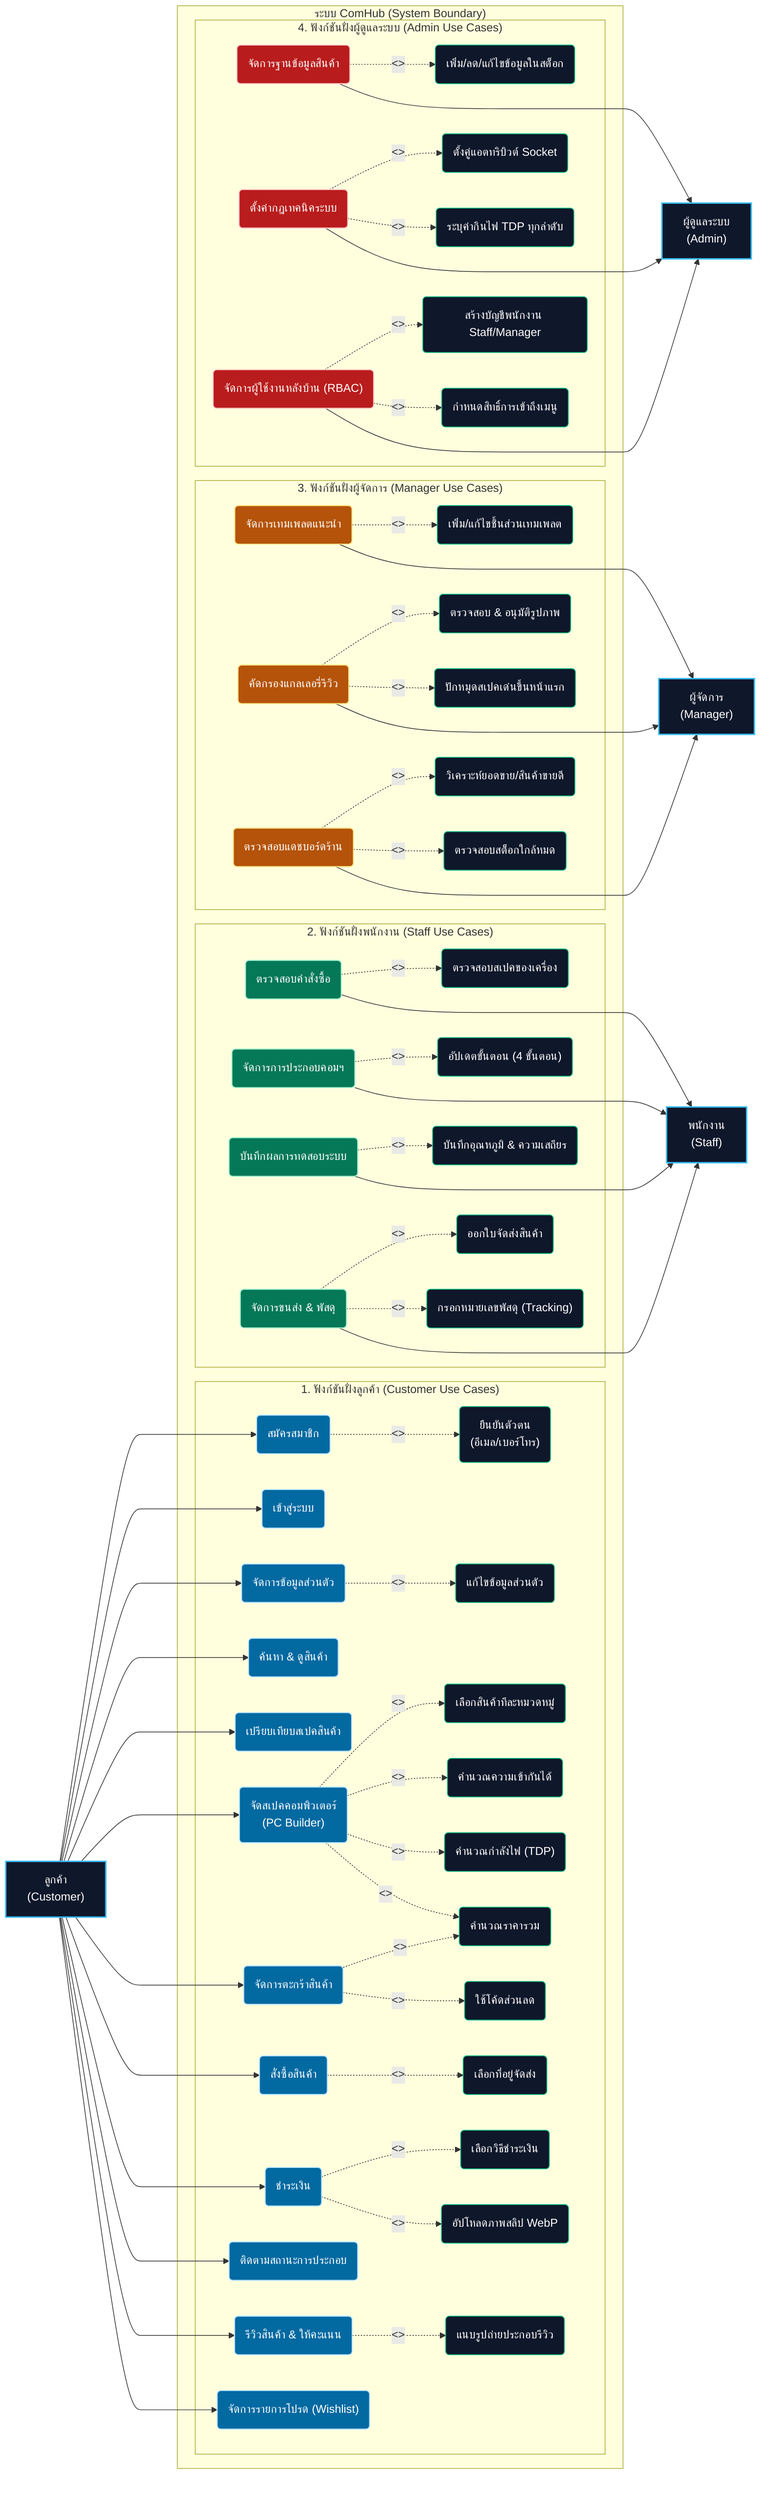
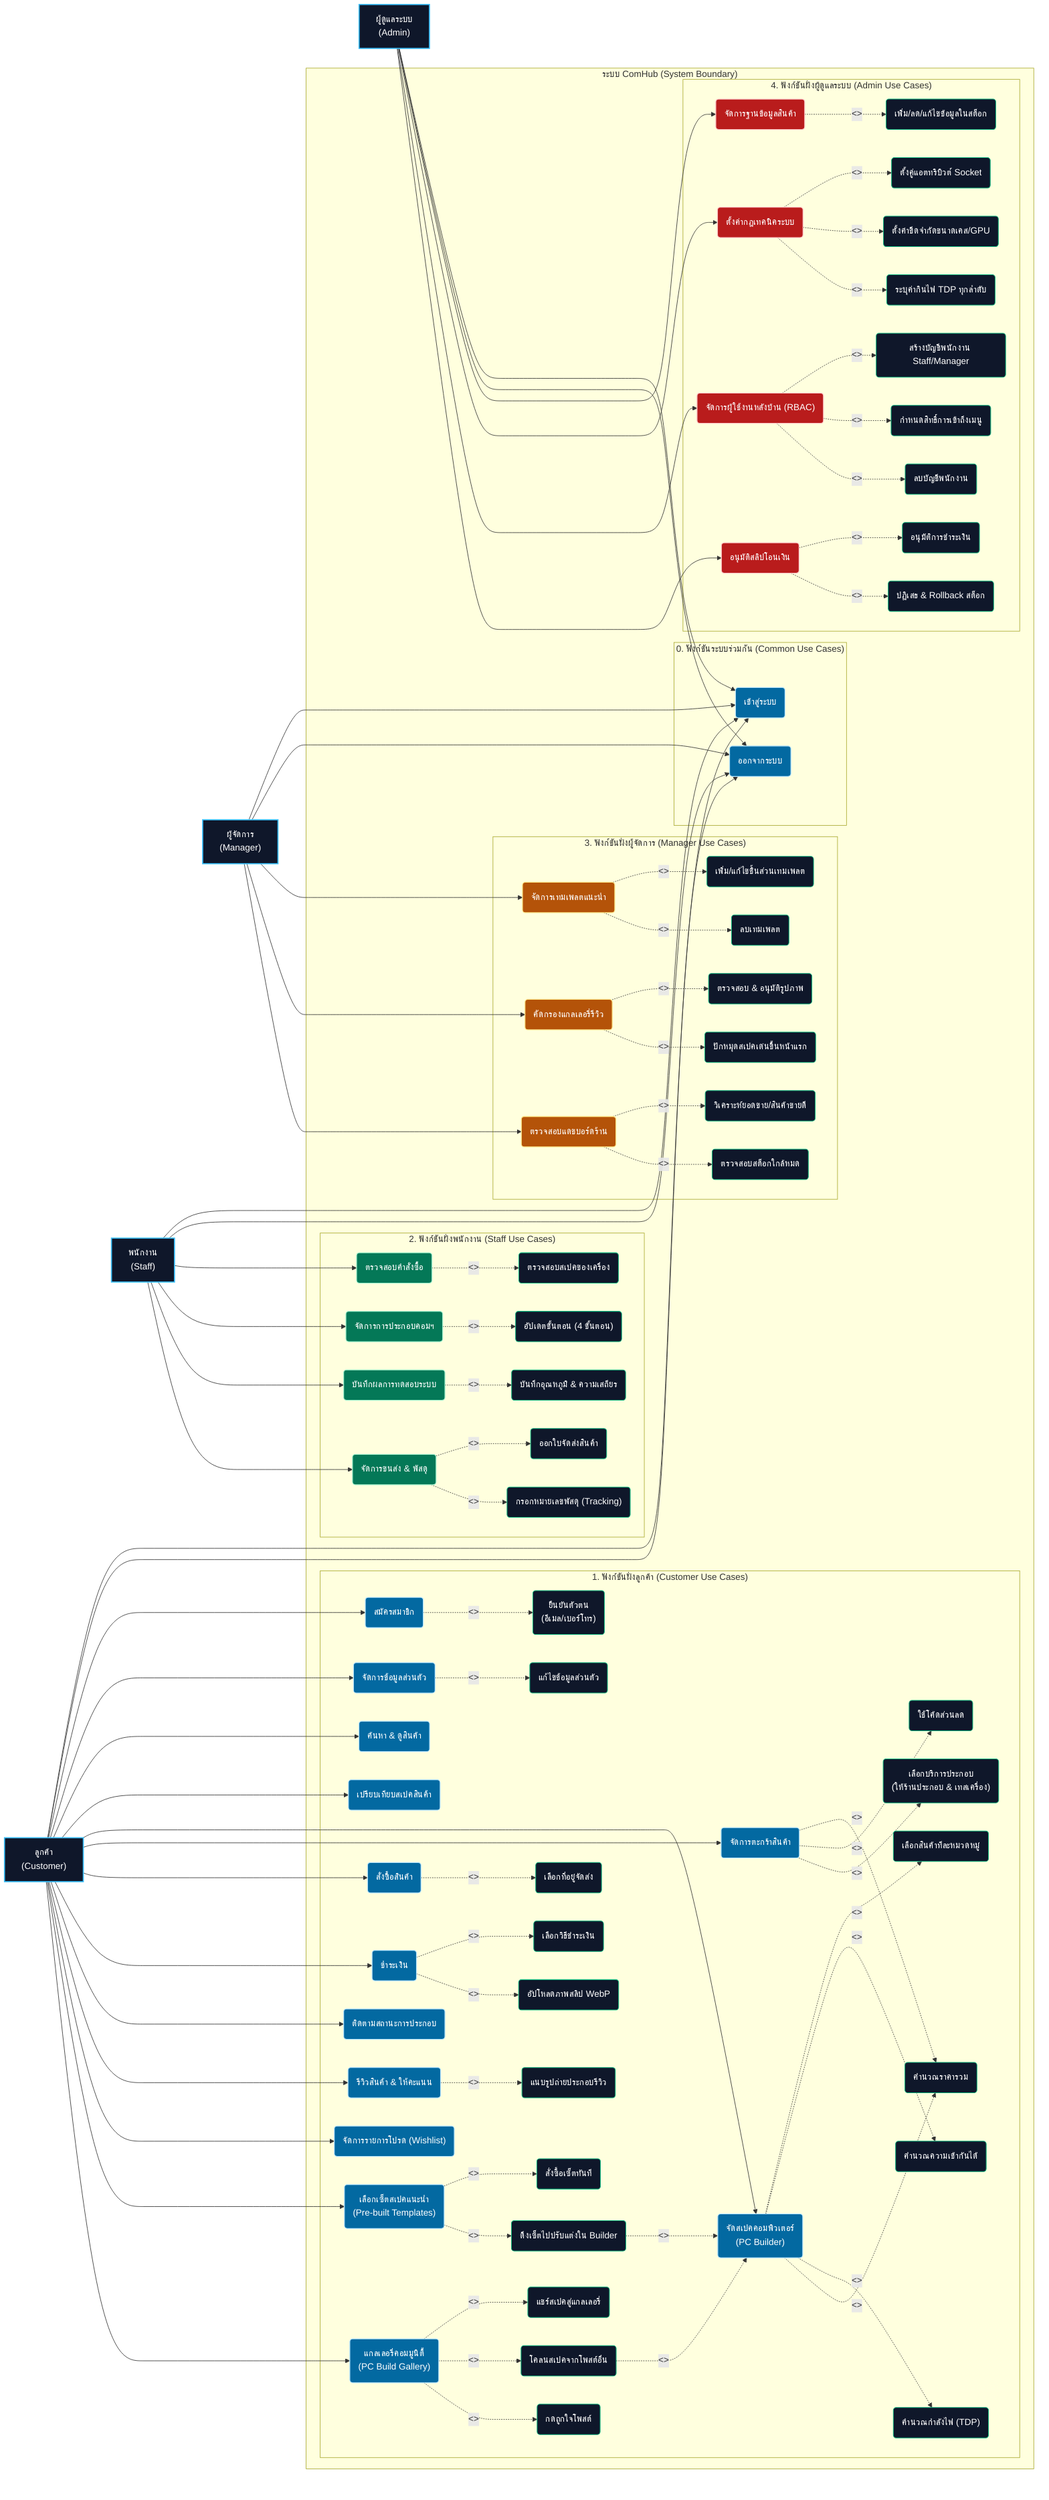
graph LR
    %% Styling Configuration
    classDef actor fill:#0f172a,stroke:#38bdf8,stroke-width:2px,color:#fff;
    classDef baseUC fill:#0369a1,stroke:#bae6fd,stroke-width:1.5px,color:#fff;
    classDef subUC fill:#0f172a,stroke:#10b981,stroke-width:1.2px,color:#fff;
    classDef staffUC fill:#047857,stroke:#a7f3d0,stroke-width:1.5px,color:#fff;
    classDef managerUC fill:#b45309,stroke:#fde68a,stroke-width:1.5px,color:#fff;
    classDef adminUC fill:#b91c1c,stroke:#fecaca,stroke-width:1.5px,color:#fff;

    %% Actors
    Customer["ลูกค้า<br>(Customer)"]:::actor
    Staff["พนักงาน<br>(Staff)"]:::actor
    Manager["ผู้จัดการ<br>(Manager)"]:::actor
    Admin["ผู้ดูแลระบบ<br>(Admin)"]:::actor

    %% System Boundary
    subgraph ComHub_System ["ระบบ ComHub (System Boundary)"]

+         %% --- COMMON WORKFLOW ---
+         subgraph Common_Flow ["0. ฟังก์ชันระบบร่วมกัน (Common Use Cases)"]
+             Sys_Login("เข้าสู่ระบบ"):::baseUC
+             Sys_Logout("ออกจากระบบ"):::baseUC
+         end
+ 
        %% --- CUSTOMER WORKFLOW ---
        subgraph Customer_Flow ["1. ฟังก์ชันฝั่งลูกค้า (Customer Use Cases)"]
            %% Base Use Cases
            C_Register("สมัครสมาชิก"):::baseUC
-             C_Login("เข้าสู่ระบบ"):::baseUC
            C_Profile("จัดการข้อมูลส่วนตัว"):::baseUC
            C_Browse("ค้นหา & ดูสินค้า"):::baseUC
            C_Compare("เปรียบเทียบสเปคสินค้า"):::baseUC
            C_Builder("จัดสเปคคอมพิวเตอร์<br>(PC Builder)"):::baseUC
            C_Cart("จัดการตะกร้าสินค้า"):::baseUC
            C_Order("สั่งซื้อสินค้า"):::baseUC
            C_Pay("ชำระเงิน"):::baseUC
            C_Track("ติดตามสถานะการประกอบ"):::baseUC
            C_Review("รีวิวสินค้า & ให้คะแนน"):::baseUC
            C_Wishlist("จัดการรายการโปรด (Wishlist)"):::baseUC
+             C_Prebuilt("เลือกเซ็ตสเปคแนะนำ<br>(Pre-built Templates)"):::baseUC
+             C_Gallery("แกลเลอรี่คอมมูนิตี้<br>(PC Build Gallery)"):::baseUC

            %% Included/Extended Use Cases
            C_Verify("ยืนยันตัวตน<br>(อีเมล/เบอร์โทร)"):::subUC
            C_EditProfile("แก้ไขข้อมูลส่วนตัว"):::subUC
            C_SelectPart("เลือกสินค้าทีละหมวดหมู่"):::subUC
            C_CheckCompat("คำนวณความเข้ากันได้"):::subUC
            C_CalcTDP("คำนวณกำลังไฟ (TDP)"):::subUC
            C_SumPrice("คำนวณราคารวม"):::subUC
            C_Coupon("ใช้โค้ดส่วนลด"):::subUC
            C_Address("เลือกที่อยู่จัดส่ง"):::subUC
            C_SelectPay("เลือกวิธีชำระเงิน"):::subUC
            C_UploadSlip("อัปโหลดภาพสลิป WebP"):::subUC
            C_UploadReviewImg("แนบรูปถ่ายประกอบรีวิว"):::subUC
+             C_PrebuiltOrder("สั่งซื้อเซ็ตทันที"):::subUC
+             C_PrebuiltEdit("ดึงเซ็ตไปปรับแต่งใน Builder"):::subUC
+             C_GalleryShare("แชร์สเปคสู่แกลเลอรี่"):::subUC
+             C_GalleryClone("โคลนสเปคจากโพสต์อื่น"):::subUC
+             C_GalleryLike("กดถูกใจโพสต์"):::subUC
+             C_AssemblyOpt("เลือกบริการประกอบ<br>(ให้ร้านประกอบ & เทสเครื่อง)"):::subUC

            %% Relations inside Customer
            C_Register -.->|"<<include>>"| C_Verify
            C_Profile -.->|"<<include>>"| C_EditProfile
            C_Builder -.->|"<<include>>"| C_SelectPart
            C_Builder -.->|"<<include>>"| C_CheckCompat
            C_Builder -.->|"<<include>>"| C_CalcTDP
            C_Builder -.->|"<<include>>"| C_SumPrice
            C_Cart -.->|"<<include>>"| C_SumPrice
            C_Cart -.->|"<<extend>>"| C_Coupon
+             C_Cart -.->|"<<extend>>"| C_AssemblyOpt
            C_Order -.->|"<<include>>"| C_Address
            C_Pay -.->|"<<include>>"| C_SelectPay
            C_Pay -.->|"<<include>>"| C_UploadSlip
            C_Review -.->|"<<extend>>"| C_UploadReviewImg
+             C_Prebuilt -.->|"<<extend>>"| C_PrebuiltOrder
+             C_Prebuilt -.->|"<<extend>>"| C_PrebuiltEdit
+             C_PrebuiltEdit -.->|"<<include>>"| C_Builder
+             C_Gallery -.->|"<<extend>>"| C_GalleryShare
+             C_Gallery -.->|"<<extend>>"| C_GalleryClone
+             C_Gallery -.->|"<<extend>>"| C_GalleryLike
+             C_GalleryClone -.->|"<<include>>"| C_Builder
        end

        %% --- STAFF WORKFLOW ---
        subgraph Staff_Flow ["2. ฟังก์ชันฝั่งพนักงาน (Staff Use Cases)"]
            S_CheckOrder("ตรวจสอบคำสั่งซื้อ"):::staffUC
            S_Assembly("จัดการการประกอบคอมฯ"):::staffUC
            S_BurnIn("บันทึกผลการทดสอบระบบ"):::staffUC
            S_Logistics("จัดการขนส่ง & พัสดุ"):::staffUC

            S_CheckSpec("ตรวจสอบสเปคของเครื่อง"):::subUC
            S_UpdateStep("อัปเดตขั้นตอน (4 ขั้นตอน)"):::subUC
            S_TempRecord("บันทึกอุณหภูมิ & ความเสถียร"):::subUC
            S_Bill("ออกใบจัดส่งสินค้า"):::subUC
            S_Tracking("กรอกหมายเลขพัสดุ (Tracking)"):::subUC

            S_CheckOrder -.->|"<<include>>"| S_CheckSpec
            S_Assembly -.->|"<<include>>"| S_UpdateStep
            S_BurnIn -.->|"<<include>>"| S_TempRecord
            S_Logistics -.->|"<<include>>"| S_Bill
            S_Logistics -.->|"<<include>>"| S_Tracking
        end

        %% --- MANAGER WORKFLOW ---
        subgraph Manager_Flow ["3. ฟังก์ชันฝั่งผู้จัดการ (Manager Use Cases)"]
            M_Templates("จัดการเทมเพลตแนะนำ"):::managerUC
            M_Moderation("คัดกรองแกลเลอรี่รีวิว"):::managerUC
            M_Dashboard("ตรวจสอบแดชบอร์ดร้าน"):::managerUC

            M_EditParts("เพิ่ม/แก้ไขชิ้นส่วนเทมเพลต"):::subUC
+             M_DeleteTemplate("ลบเทมเพลต"):::subUC
            M_ApproveImg("ตรวจสอบ & อนุมัติรูปภาพ"):::subUC
            M_Pin("ปักหมุดสเปคเด่นขึ้นหน้าแรก"):::subUC
            M_AnalyzeSales("วิเคราะห์ยอดขาย/สินค้าขายดี"):::subUC
            M_AlertStock("ตรวจสอบสต็อกใกล้หมด"):::subUC

            M_Templates -.->|"<<include>>"| M_EditParts
+             M_Templates -.->|"<<extend>>"| M_DeleteTemplate
            M_Moderation -.->|"<<include>>"| M_ApproveImg
            M_Moderation -.->|"<<extend>>"| M_Pin
            M_Dashboard -.->|"<<include>>"| M_AnalyzeSales
            M_Dashboard -.->|"<<include>>"| M_AlertStock
        end

        %% --- ADMIN WORKFLOW ---
        subgraph Admin_Flow ["4. ฟังก์ชันฝั่งผู้ดูแลระบบ (Admin Use Cases)"]
            A_Products("จัดการฐานข้อมูลสินค้า"):::adminUC
            A_Specs("ตั้งค่ากฎเทคนิคระบบ"):::adminUC
            A_Users("จัดการผู้ใช้งานหลังบ้าน (RBAC)"):::adminUC
+             A_Payment("อนุมัติสลิปโอนเงิน"):::adminUC

            A_CRUD("เพิ่ม/ลด/แก้ไขข้อมูลในสต็อก"):::subUC
            A_Socket("ตั้งคู่แอตทริบิวต์ Socket"):::subUC
+             A_SizeLimit("ตั้งค่าขีดจำกัดขนาดเคส/GPU"):::subUC
            A_TDP("ระบุค่ากินไฟ TDP ทุกลำดับ"):::subUC
            A_CreateStaff("สร้างบัญชีพนักงาน Staff/Manager"):::subUC
            A_SetMenu("กำหนดสิทธิ์การเข้าถึงเมนู"):::subUC
+             A_DeleteAccount("ลบบัญชีพนักงาน"):::subUC
+             A_ApprovePay("อนุมัติการชำระเงิน"):::subUC
+             A_RejectPay("ปฏิเสธ & Rollback สต็อก"):::subUC

            A_Products -.->|"<<include>>"| A_CRUD
            A_Specs -.->|"<<include>>"| A_Socket
+             A_Specs -.->|"<<include>>"| A_SizeLimit
            A_Specs -.->|"<<include>>"| A_TDP
            A_Users -.->|"<<include>>"| A_CreateStaff
            A_Users -.->|"<<include>>"| A_SetMenu
+             A_Users -.->|"<<include>>"| A_DeleteAccount
+             A_Payment -.->|"<<extend>>"| A_ApprovePay
+             A_Payment -.->|"<<extend>>"| A_RejectPay
        end

    end
+ 
+     %% Actor Vertical Layout Constraints (Force Customer to top, Admin to bottom)
+     Customer ~~~ Staff
+     Staff ~~~ Manager
+     Manager ~~~ Admin
+ 
+     %% Common Use Case Connections (Login & Logout for all roles)
+     Customer ---> Sys_Login
+     Staff ---> Sys_Login
+     Manager ---> Sys_Login
+     Admin ---> Sys_Login
+ 
+     Customer ---> Sys_Logout
+     Staff ---> Sys_Logout
+     Manager ---> Sys_Logout
+     Admin ---> Sys_Logout

    %% Actor Connections to Base Use Cases (Left to Center)
    Customer ---> C_Register
-     Customer ---> C_Login
    Customer ---> C_Profile
    Customer ---> C_Browse
    Customer ---> C_Compare
    Customer ---> C_Builder
    Customer ---> C_Cart
    Customer ---> C_Order
    Customer ---> C_Pay
    Customer ---> C_Track
    Customer ---> C_Review
    Customer ---> C_Wishlist
- 
-     %% Staff Connections (Right to Center)
-     S_CheckOrder ---> Staff
-     S_Assembly ---> Staff
-     S_BurnIn ---> Staff
-     S_Logistics ---> Staff
- 
-     %% Manager Connections (Right to Center)
-     M_Templates ---> Manager
-     M_Moderation ---> Manager
-     M_Dashboard ---> Manager
- 
-     %% Admin Connections (Right to Center)
-     A_Products ---> Admin
-     A_Specs ---> Admin
-     A_Users ---> Admin
+     Customer ---> C_Prebuilt
+     Customer ---> C_Gallery
+ 
+     %% Staff Connections (Left to Center)
+     Staff ---> S_CheckOrder
+     Staff ---> S_Assembly
+     Staff ---> S_BurnIn
+     Staff ---> S_Logistics
+ 
+     %% Manager Connections (Left to Center)
+     Manager ---> M_Templates
+     Manager ---> M_Moderation
+     Manager ---> M_Dashboard
+ 
+     %% Admin Connections (Left to Center)
+     Admin ---> A_Products
+     Admin ---> A_Specs
+     Admin ---> A_Users
+     Admin ---> A_Payment
